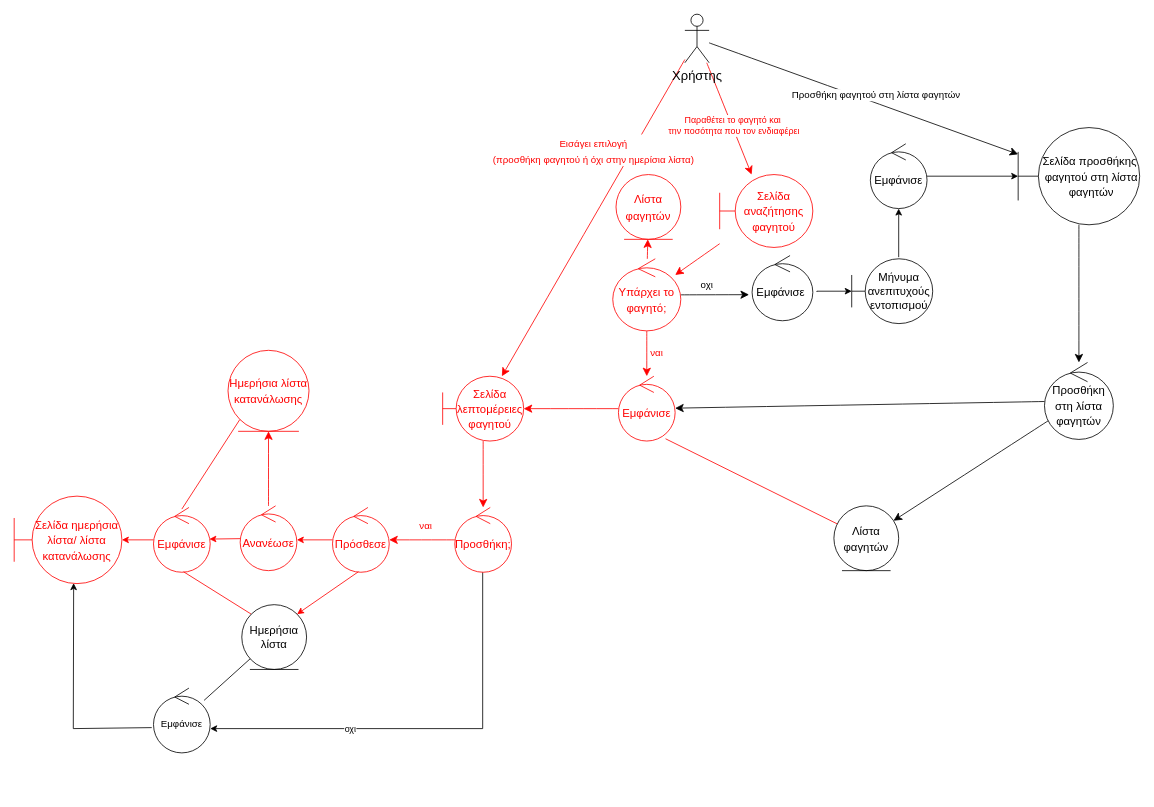
Earlier version of the draw.io diagram ΤΕΤΑΡΤΟ ΠΑΡΑΔΟΤΕΟ/Διορθώσεις προηγούμενων παραδοτέων/rd_αναζητηση_προσθηκη_φαγητου.drawio (Dionkaps/Eu-Zin). Source tidied: cells renumbered, new cells numbered last; positions are measured from the earlier drawing's top-left corner, leaving out a move shared by most shapes. Both pictures are drawn from the tidied source at 81%, with x=0, y=0 at pixel (14, 14).
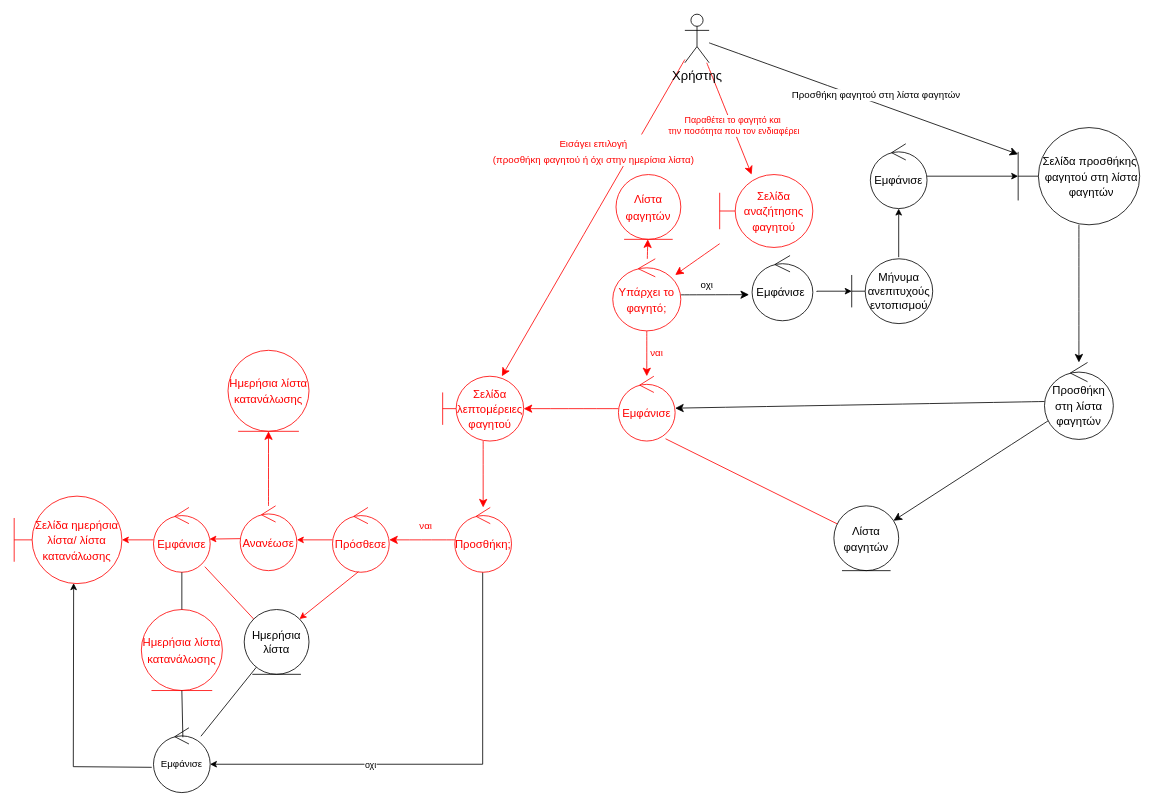
The same page after the edit.

Commit message (it also covers changes not shown here):
Αλλαγές σε rd και sd για αναζήτηση φαγητού

The change refers to these unchanged cells:
```xml
<mxCell id="26" value="&lt;font color=&quot;#ff0000&quot; style=&quot;font-size: 14px;&quot;&gt;Σελίδα ημερήσια λίστα/ λίστα κατανάλωσης&lt;/font&gt;" style="shape=umlBoundary;whiteSpace=wrap;html=1;fontSize=16;strokeColor=#FF0000;" parent="1" vertex="1">
  <mxGeometry y="595" width="133" height="108" as="geometry" />
</mxCell>
<mxCell id="36" value="&lt;font color=&quot;#ff0000&quot; style=&quot;font-size: 14px;&quot;&gt;Εμφάνισε&lt;/font&gt;" style="ellipse;shape=umlControl;whiteSpace=wrap;html=1;strokeColor=#FF0000;" parent="1" vertex="1">
  <mxGeometry x="172" y="609" width="70" height="80" as="geometry" />
</mxCell>
<mxCell id="41" value="&lt;font color=&quot;#ff0000&quot; style=&quot;font-size: 14px;&quot;&gt;Ημερήσια λίστα κατανάλωσης&lt;/font&gt;" style="ellipse;shape=umlEntity;whiteSpace=wrap;html=1;fontSize=16;strokeColor=#FF0000;" parent="1" vertex="1">
  <mxGeometry x="264" y="415" width="100" height="100" as="geometry" />
</mxCell>
```

Change to the diagram source:
```diff
@@
-    <mxCell id="21" style="edgeStyle=orthogonalEdgeStyle;rounded=0;orthogonalLoop=1;jettySize=auto;html=1;strokeColor=#000000;fontColor=#FF0000;endArrow=classic;endFill=1;entryX=1.009;entryY=0.625;entryDx=0;entryDy=0;entryPerimeter=0;" parent="1" edge="1">
+    <mxCell id="21" style="edgeStyle=orthogonalEdgeStyle;rounded=0;jettySize=auto;html=1;strokeColor=#000000;fontColor=#FF0000;endArrow=classic;endFill=1;" parent="1" edge="1" target="50">
       <mxGeometry relative="1" as="geometry">
         <mxPoint x="578.4" y="689" as="sourcePoint" />
-        <mxPoint x="242" y="882" as="targetPoint" />
         <Array as="points">
-          <mxPoint x="578.4" y="882" />
+          <mxPoint x="578" y="926" />
         </Array>
       </mxGeometry>
     </mxCell>
@@
-    <mxCell id="45" style="endArrow=none;html=1;rounded=0;exitX=0.5;exitY=0.013;exitDx=0;exitDy=0;exitPerimeter=0;entryX=0;entryY=1;entryDx=0;entryDy=0;strokeColor=#FF0000;" parent="1" edge="1" target="41">
-      <mxGeometry relative="1" as="geometry">
-        <mxPoint x="207" y="611" as="sourcePoint" />
-      </mxGeometry>
-    </mxCell>
@@
-    <mxCell id="47" style="rounded=0;jettySize=auto;html=1;exitX=0;exitY=0;exitDx=0;exitDy=0;entryX=0.531;entryY=0.993;entryDx=0;entryDy=0;entryPerimeter=0;strokeColor=#FF0000;fontColor=#000000;endArrow=none;endFill=0;" parent="1" edge="1" source="48" target="36">
+    <mxCell id="47" style="rounded=0;jettySize=auto;html=1;exitX=0;exitY=0;exitDx=0;exitDy=0;entryX=0.905;entryY=0.914;entryDx=0;entryDy=0;entryPerimeter=0;strokeColor=#FF0000;fontColor=#000000;endArrow=none;endFill=0;" parent="1" edge="1" source="48" target="36">
       <mxGeometry relative="1" as="geometry" />
     </mxCell>
     <mxCell id="48" value="&lt;font style=&quot;font-size: 14px;&quot; color=&quot;#000000&quot;&gt;Ημερήσια λίστα&lt;/font&gt;" style="ellipse;shape=umlEntity;whiteSpace=wrap;html=1;fontColor=#FF0000;" parent="1" vertex="1">
-      <mxGeometry x="281" y="729" width="80" height="80" as="geometry" />
+      <mxGeometry x="284" y="735" width="80" height="80" as="geometry" />
     </mxCell>
@@
     <mxCell id="50" value="&lt;font color=&quot;#000000&quot;&gt;Εμφάνισε&lt;/font&gt;" style="ellipse;shape=umlControl;whiteSpace=wrap;html=1;fontColor=#FF0000;" parent="1" vertex="1">
-      <mxGeometry x="172" y="832" width="70" height="80" as="geometry" />
+      <mxGeometry x="172" y="881" width="70" height="80" as="geometry" />
     </mxCell>
     <mxCell id="51" style="endArrow=classic;html=1;rounded=0;strokeColor=#000000;fontColor=#000000;entryX=0.552;entryY=0.995;entryDx=0;entryDy=0;entryPerimeter=0;exitX=-0.031;exitY=0.61;exitDx=0;exitDy=0;exitPerimeter=0;" parent="1" edge="1" source="50" target="26">
       <mxGeometry relative="1" as="geometry">
         <Array as="points">
-          <mxPoint x="73" y="882" />
+          <mxPoint x="73" y="929" />
         </Array>
       </mxGeometry>
     </mxCell>
@@
+    <mxCell id="53" value="&lt;font color=&quot;#ff0000&quot; style=&quot;font-size: 14px;&quot;&gt;Ημερήσια λίστα κατανάλωσης&lt;/font&gt;" style="ellipse;shape=umlEntity;whiteSpace=wrap;html=1;fontSize=16;strokeColor=#FF0000;" parent="1" vertex="1">
+      <mxGeometry x="157" y="735" width="100" height="100" as="geometry" />
+    </mxCell>
+    <mxCell id="54" style="endArrow=none;html=1;rounded=0;entryX=0.518;entryY=0.146;entryDx=0;entryDy=0;entryPerimeter=0;exitX=0.5;exitY=1;exitDx=0;exitDy=0;" parent="1" edge="1" source="53" target="50">
+      <mxGeometry relative="1" as="geometry" />
+    </mxCell>
+    <mxCell id="55" style="endArrow=none;html=1;rounded=0;exitX=0.5;exitY=0;exitDx=0;exitDy=0;" parent="1" edge="1" source="53" target="36">
+      <mxGeometry relative="1" as="geometry" />
+    </mxCell>
```
